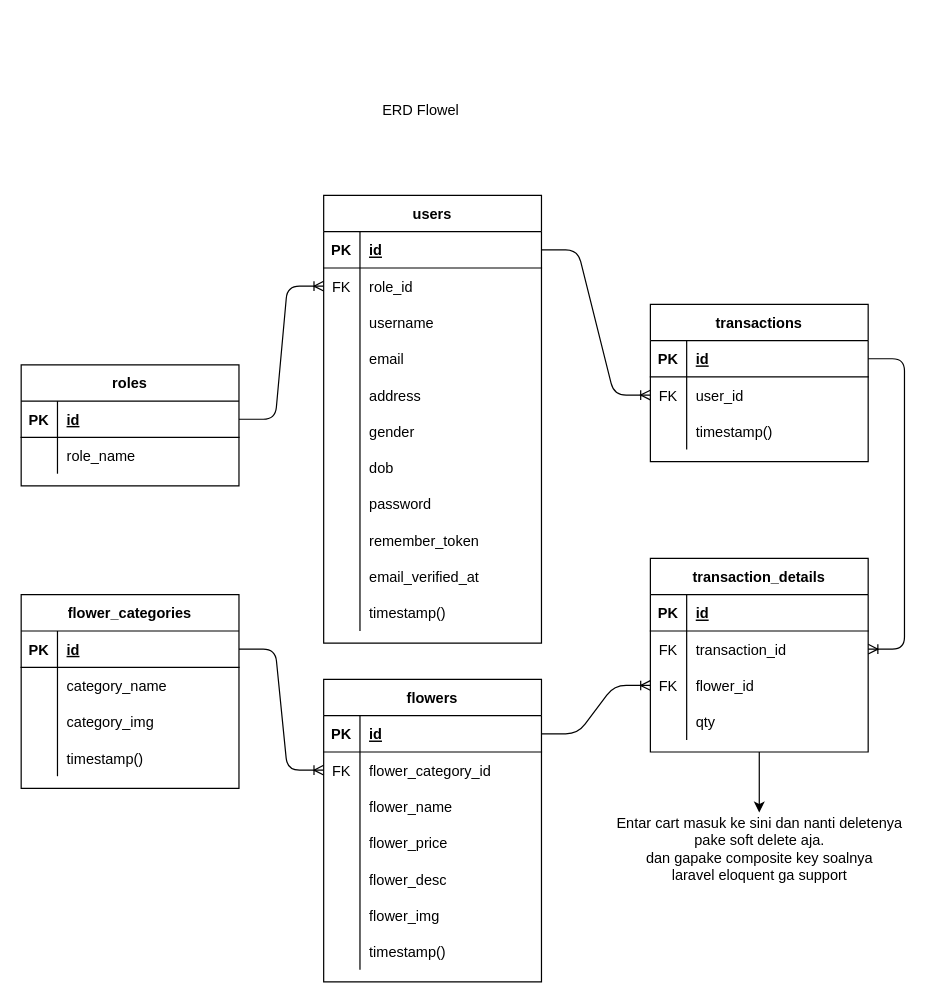
hansburnthem/flowelto keeps this draw.io diagram as erdflowelto.drawio. Above is the earlier version. Source tidied: cells renumbered, new cells numbered last; positions are measured from the earlier drawing's top-left corner, leaving out a move shared by most shapes. Both pictures are drawn from the tidied source at 121%, with x=0, y=0 at pixel (21, 98).
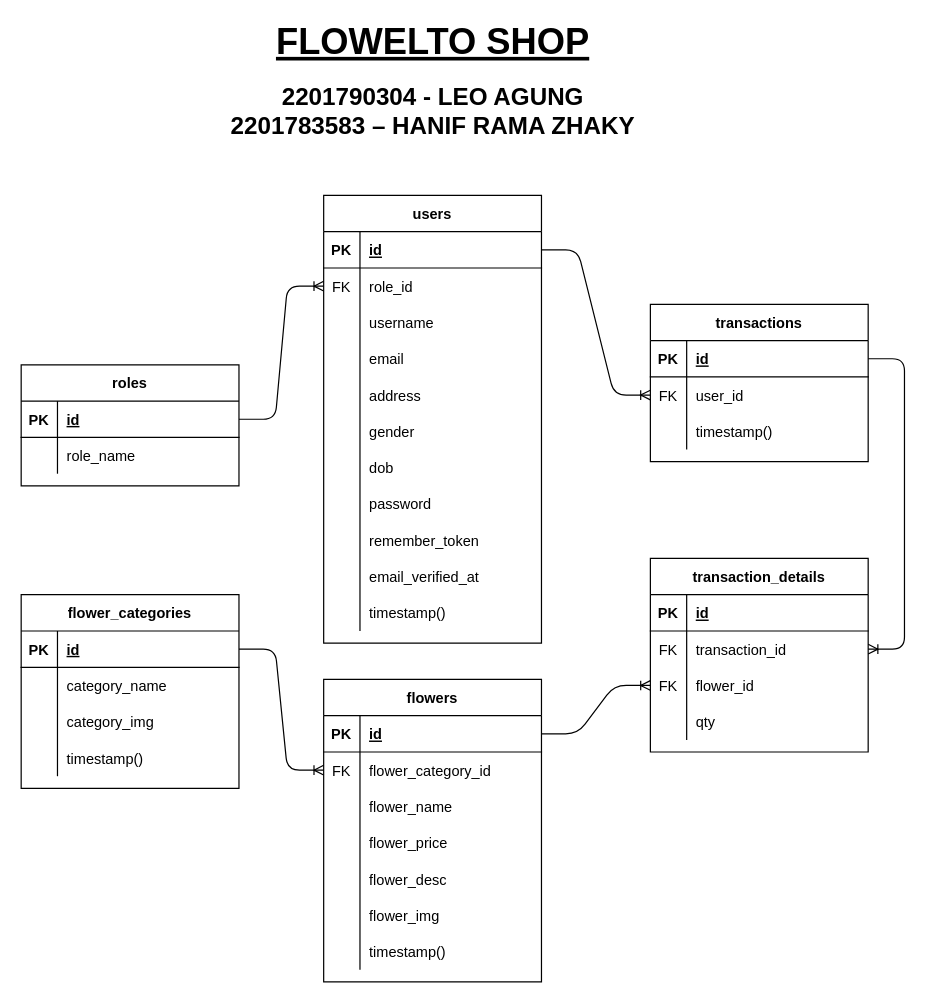
Above is the later version.

Unchanged cells that the change refers to:
```xml
<mxCell id="80" value="transaction_details" style="shape=table;startSize=30;childLayout=tableLayout;rowLines=0;fontStyle=1;align=center;" parent="1" vertex="1">
  <mxGeometry x="520" y="380" width="180" height="160" as="geometry" />
</mxCell>
```

Change to the diagram source:
```diff
@@
-    <mxCell id="79" style="edgeStyle=orthogonalEdgeStyle;rounded=0;jettySize=auto;html=1;" parent="1" edge="1" source="80" target="108">
-      <mxGeometry relative="1" as="geometry" />
-    </mxCell>
@@
-    <mxCell id="105" value="ERD Flowel" style="text;html=1;align=center;verticalAlign=middle;" parent="1" vertex="1">
-      <mxGeometry x="290" width="80" height="20" as="geometry" />
+    <mxCell id="105" value="&lt;b&gt;&lt;font style=&quot;font-size: 30px&quot;&gt;&lt;u&gt;FLOWELTO SHOP&lt;/u&gt;&lt;/font&gt;&lt;br&gt;&lt;br&gt;&lt;span style=&quot;font-size: 20px&quot;&gt;2201790304 - LEO AGUNG&lt;/span&gt;&lt;br&gt;&lt;span style=&quot;font-size: 20px&quot;&gt;2201783583 – HANIF RAMA ZHAKY&lt;/span&gt;&lt;/b&gt;" style="text;html=1;align=center;verticalAlign=middle;" parent="1" vertex="1">
+      <mxGeometry x="165" y="-50" width="350" height="70" as="geometry" />
     </mxCell>
@@
-    <mxCell id="108" value="Entar cart masuk ke sini dan nanti deletenya&lt;br&gt;pake soft delete aja.&lt;br&gt;dan gapake composite key soalnya&lt;br&gt;laravel eloquent ga support" style="text;html=1;align=center;verticalAlign=middle;points=[];" parent="1" vertex="1">
-      <mxGeometry x="485" y="590" width="250" height="60" as="geometry" />
-    </mxCell>
```
